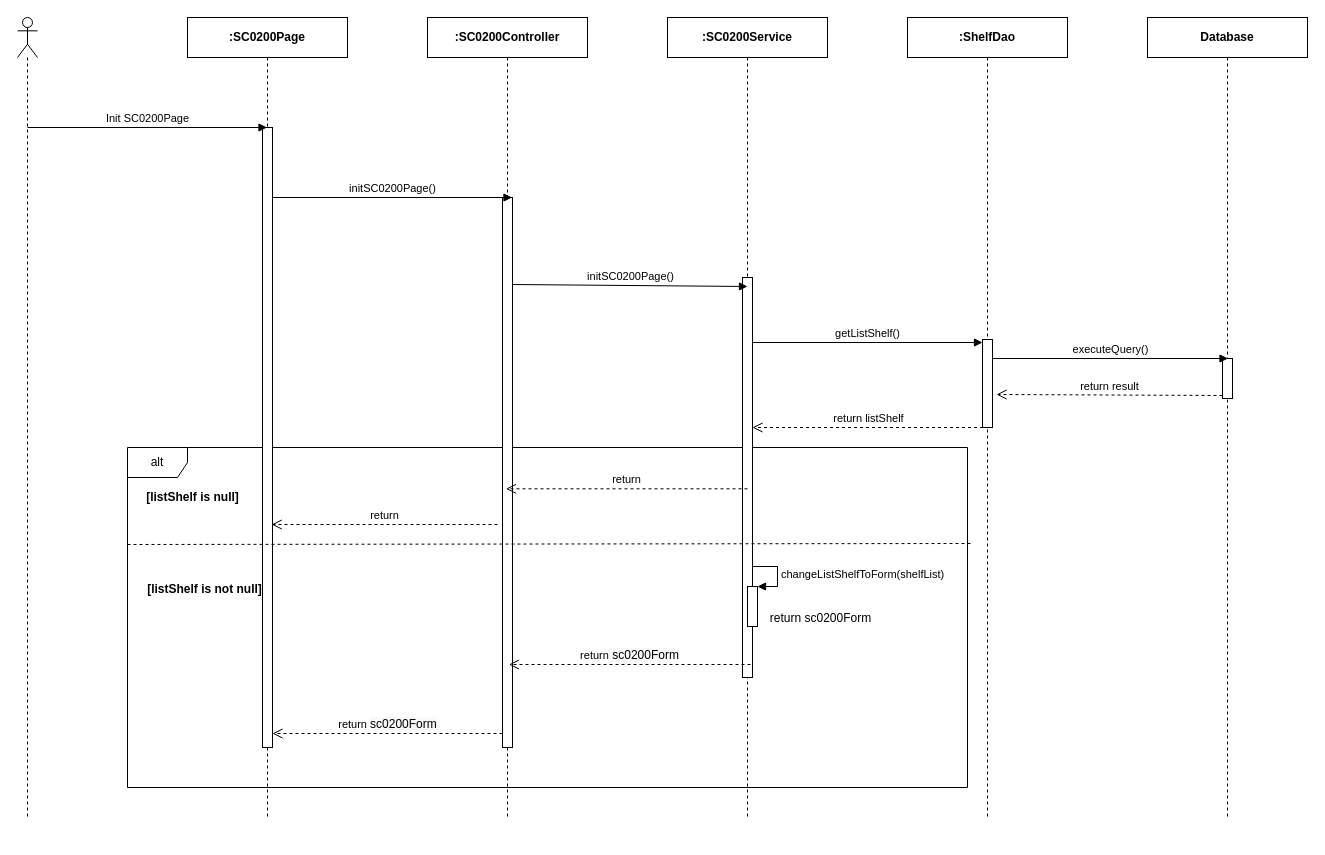
luannmdev/CapstoneDocument keeps this draw.io diagram as page "Ev01" (1 of 4) of 2. Approved/SEQ Diagram/sc02/SC0200_ShelfManage.drawio. Above is the earlier version. Source tidied: cells renumbered, new cells numbered last; positions are measured from the earlier drawing's top-left corner, leaving out a move shared by most shapes. Both pictures are drawn from the tidied source at 100%, with x=0, y=0 at pixel (17, 17).
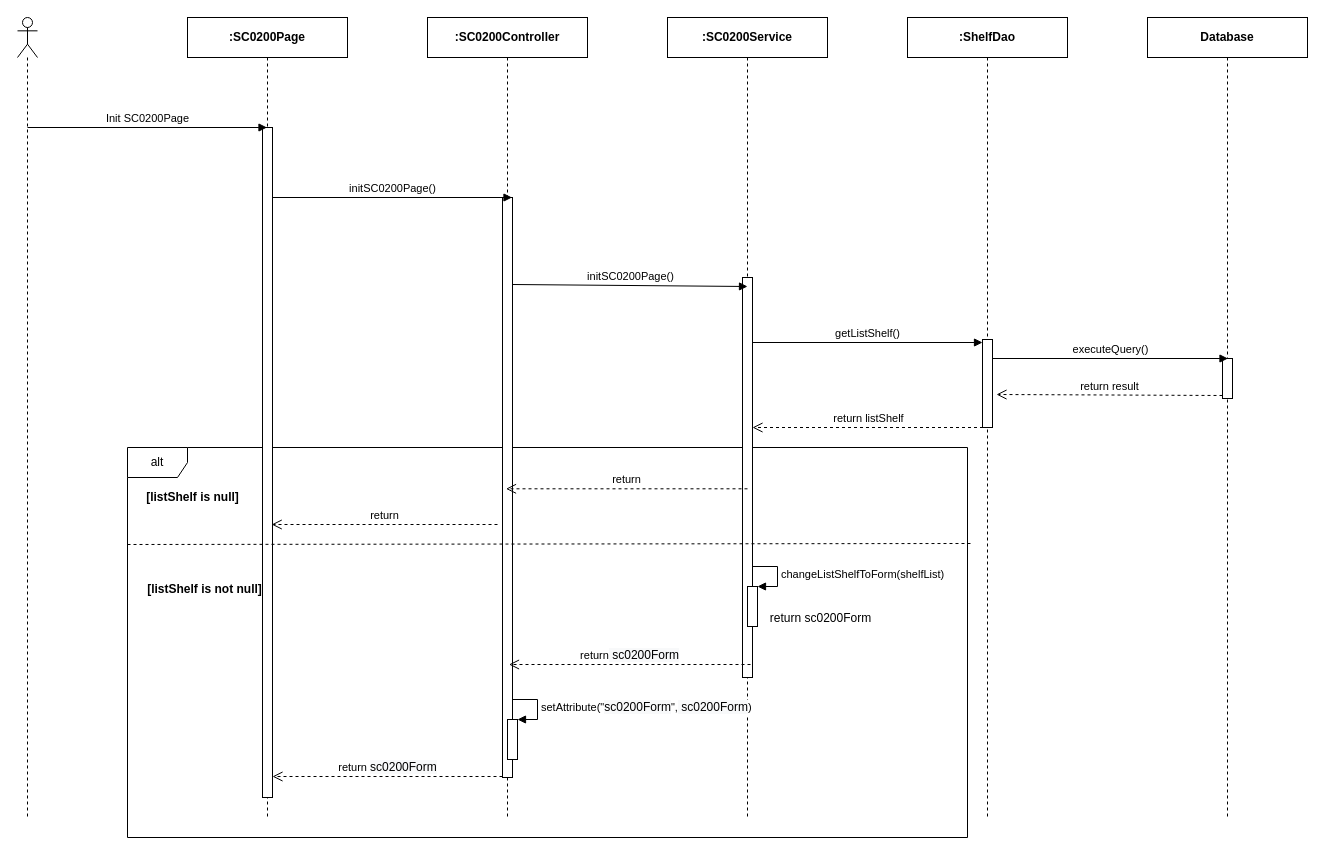
After the change.

Unchanged cells that the change refers to:
```xml
<mxCell id="4" value="&lt;b&gt;:SC0200Page&lt;/b&gt;" style="shape=umlLifeline;perimeter=lifelinePerimeter;whiteSpace=wrap;html=1;outlineConnect=0;" parent="1" vertex="1">
  <mxGeometry x="170" width="160" height="800" as="geometry" />
</mxCell>
<mxCell id="12" value="&lt;b&gt;:SC0200Controller&lt;/b&gt;" style="shape=umlLifeline;perimeter=lifelinePerimeter;whiteSpace=wrap;html=1;" parent="1" vertex="1">
  <mxGeometry x="410" width="160" height="800" as="geometry" />
</mxCell>
```

Change to the diagram source:
```diff
@@
     <mxCell id="2" value="alt" style="shape=umlFrame;whiteSpace=wrap;html=1;" parent="1" vertex="1">
-      <mxGeometry x="110" y="430" width="840" height="340" as="geometry" />
+      <mxGeometry x="110" y="430" width="840" height="390" as="geometry" />
     </mxCell>
@@
     <mxCell id="5" style="html=1;perimeter=orthogonalPerimeter;" parent="4" vertex="1">
-      <mxGeometry x="75" y="110" width="10" height="620" as="geometry" />
+      <mxGeometry x="75" y="110" width="10" height="670" as="geometry" />
     </mxCell>
@@
     <mxCell id="13" style="html=1;perimeter=orthogonalPerimeter;" parent="12" vertex="1">
-      <mxGeometry x="75" y="180" width="10" height="550" as="geometry" />
+      <mxGeometry x="75" y="180" width="10" height="580" as="geometry" />
     </mxCell>
@@
     <mxCell id="18" value="return&amp;nbsp;&lt;span style=&quot;font-size: 12px ; background-color: rgb(248 , 249 , 250)&quot;&gt;sc0200Form&lt;/span&gt;" style="html=1;verticalAlign=bottom;endArrow=open;dashed=1;endSize=8;exitX=0;exitY=1;exitDx=0;exitDy=0;exitPerimeter=0;" parent="1" edge="1">
       <mxGeometry relative="1" as="geometry">
-        <mxPoint x="485" y="716" as="sourcePoint" />
-        <mxPoint x="255" y="716" as="targetPoint" />
+        <mxPoint x="485" y="759" as="sourcePoint" />
+        <mxPoint x="255" y="759" as="targetPoint" />
       </mxGeometry>
     </mxCell>
@@
+    <mxCell id="31" style="html=1;points=[];perimeter=orthogonalPerimeter;" parent="1" vertex="1">
+      <mxGeometry x="490" y="702" width="10" height="40" as="geometry" />
+    </mxCell>
+    <mxCell id="32" value="&lt;div style=&quot;text-align: center&quot;&gt;setAttribute(&quot;&lt;span style=&quot;font-size: 12px ; text-align: center ; background-color: rgb(248 , 249 , 250)&quot;&gt;sc0200Form&lt;/span&gt;&quot;,&lt;span style=&quot;font-size: 12px ; background-color: rgb(248 , 249 , 250)&quot;&gt;&amp;nbsp;sc0200Form&lt;/span&gt;)&lt;/div&gt;" style="edgeStyle=orthogonalEdgeStyle;html=1;align=left;spacingLeft=2;endArrow=block;rounded=0;entryX=1;entryY=0;" parent="1" edge="1" target="31">
+      <mxGeometry relative="1" as="geometry">
+        <mxPoint x="495" y="682" as="sourcePoint" />
+        <Array as="points">
+          <mxPoint x="520" y="682" />
+        </Array>
+      </mxGeometry>
+    </mxCell>
```
